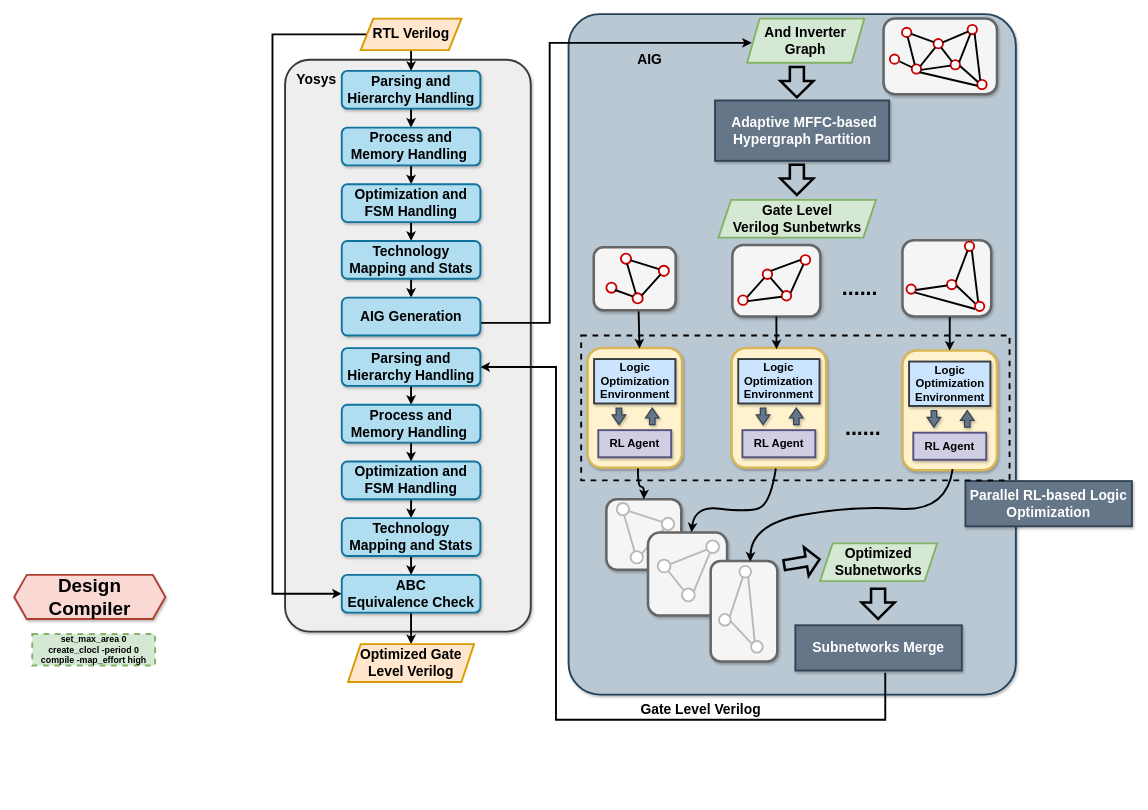
Earlier version of the draw.io diagram experimentFlow.drawio (kxzhu0505/LogicSynOpt). Source tidied: cells renumbered, new cells numbered last; positions are measured from the earlier drawing's top-left corner, leaving out a move shared by most shapes. Both pictures are drawn from the tidied source at 63%, with x=0, y=0 at pixel (14, 14).
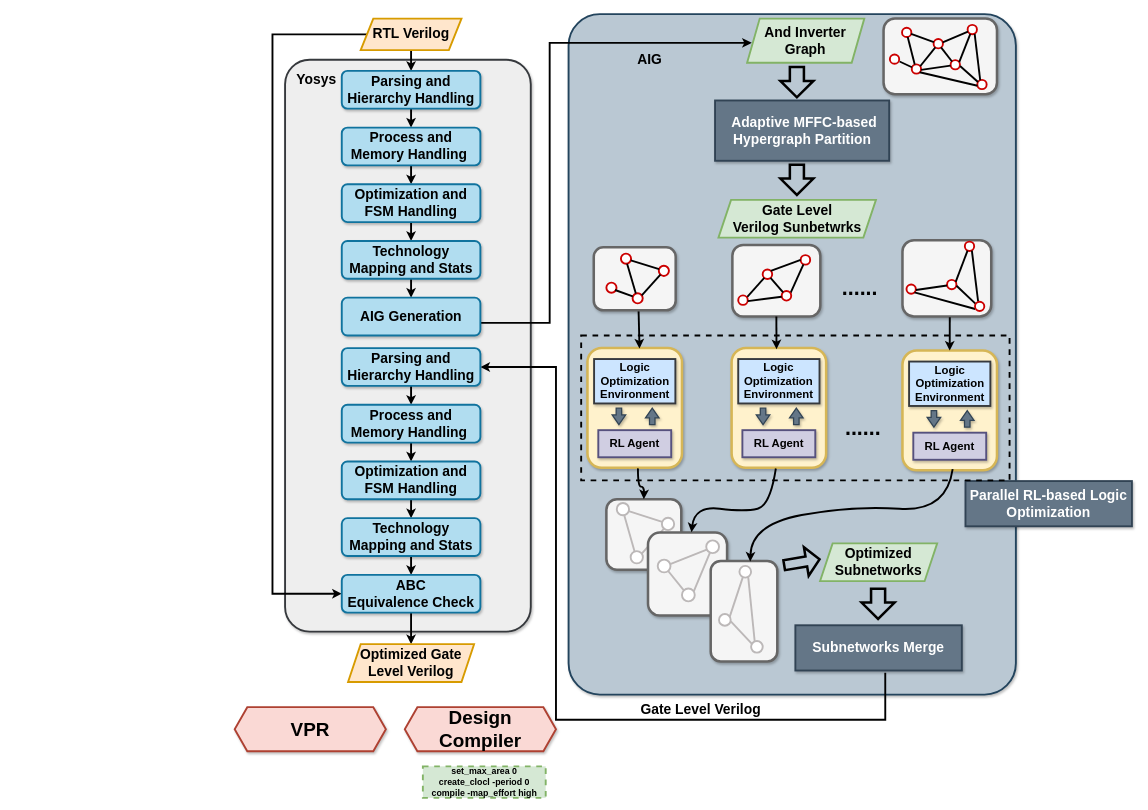
The same diagram, later.

The edit, as a diff of the source:
```diff
@@
     <mxCell id="3" value="&lt;font face=&quot;Helvetica&quot; size=&quot;1&quot;&gt;&lt;b style=&quot;font-size: 30px;&quot;&gt;Design Compiler&lt;/b&gt;&lt;/font&gt;" style="shape=hexagon;perimeter=hexagonPerimeter2;whiteSpace=wrap;html=1;fixedSize=1;strokeColor=#ae4132;fillColor=#fad9d5;strokeWidth=3;shadow=1;" parent="1" vertex="1">
-      <mxGeometry y="890" width="240" height="70" as="geometry" />
+      <mxGeometry x="620" y="1100" width="240" height="70" as="geometry" />
     </mxCell>
     <mxCell id="4" value="&lt;font face=&quot;Helvetica&quot; style=&quot;font-size: 14px;&quot;&gt;&lt;b style=&quot;&quot;&gt;set_max_area 0&lt;br&gt;create_clocl -period 0&lt;br&gt;compile -map_effort high&lt;/b&gt;&lt;/font&gt;" style="rounded=0;whiteSpace=wrap;html=1;dashed=1;perimeterSpacing=3;strokeWidth=3;fillColor=#d5e8d4;strokeColor=#82b366;" parent="1" vertex="1">
-      <mxGeometry x="28.7" y="983.9" width="195" height="50" as="geometry" />
+      <mxGeometry x="648.7" y="1193.9" width="195" height="50" as="geometry" />
     </mxCell>
@@
+    <mxCell id="144" value="&lt;span style=&quot;font-size: 30px;&quot;&gt;&lt;b&gt;VPR&lt;/b&gt;&lt;/span&gt;" style="shape=hexagon;perimeter=hexagonPerimeter2;whiteSpace=wrap;html=1;fixedSize=1;strokeColor=#ae4132;fillColor=#fad9d5;strokeWidth=3;shadow=1;" parent="1" vertex="1">
+      <mxGeometry x="350" y="1100" width="240" height="70" as="geometry" />
+    </mxCell>
```
